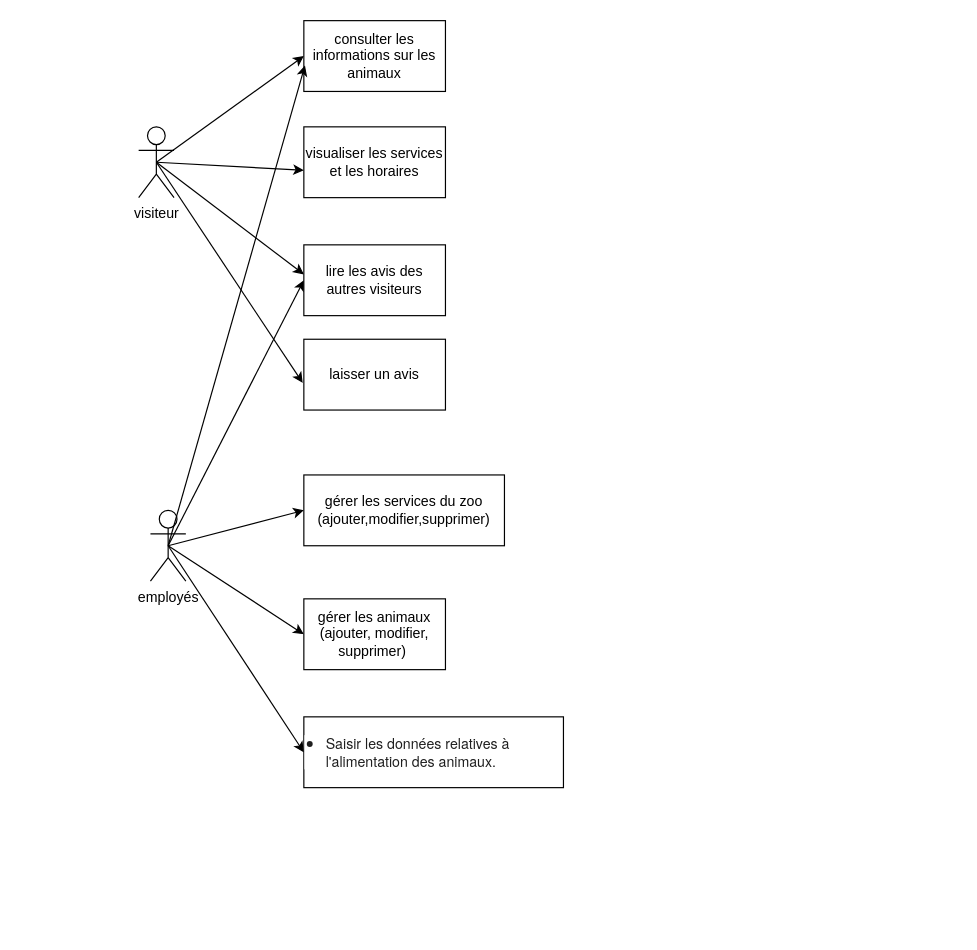
Above: assets/Diagramme sans nom.drawio in sylvainJ54/ECF-Zoo-Arcadia (draw.io), before the change. Source tidied: cells renumbered, new cells numbered last; positions are measured from the earlier drawing's top-left corner, leaving out a move shared by most shapes. Both pictures are drawn from the tidied source at 118%, with x=0, y=0 at pixel (138, 20).
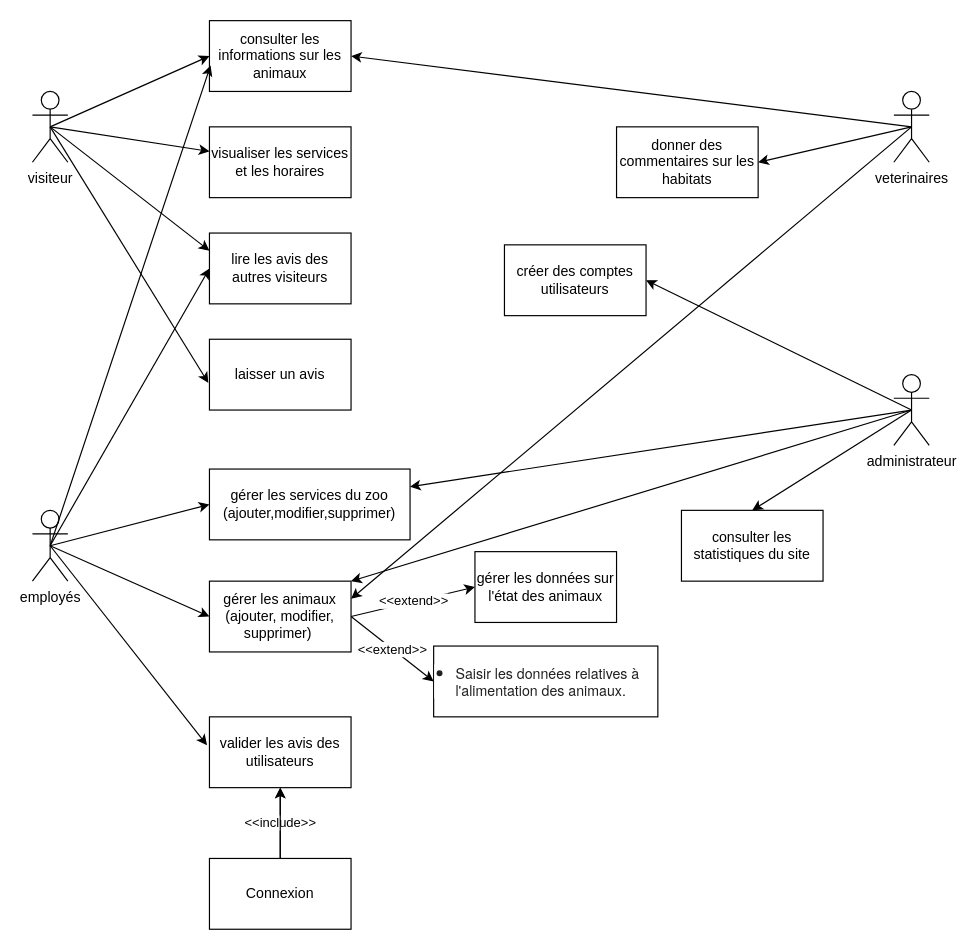
The same diagram, later.

Change to the diagram source:
```diff
@@
-    <mxCell id="3" style="edgeStyle=none;rounded=0;jettySize=auto;html=1;exitX=0.5;exitY=0.5;exitDx=0;exitDy=0;exitPerimeter=0;" parent="1" edge="1" source="5">
+    <mxCell id="3" style="edgeStyle=none;rounded=0;jettySize=auto;html=1;exitX=0.5;exitY=0.5;exitDx=0;exitDy=0;exitPerimeter=0;" parent="1" edge="1" source="7">
       <mxGeometry relative="1" as="geometry">
         <mxPoint x="140" y="126.8" as="targetPoint" />
       </mxGeometry>
     </mxCell>
-    <mxCell id="4" style="edgeStyle=none;rounded=0;jettySize=auto;html=1;exitX=0.5;exitY=0.5;exitDx=0;exitDy=0;exitPerimeter=0;entryX=0;entryY=0.25;entryDx=0;entryDy=0;" parent="1" edge="1" source="5">
+    <mxCell id="4" style="edgeStyle=none;rounded=0;jettySize=auto;html=1;exitX=0.5;exitY=0.5;exitDx=0;exitDy=0;exitPerimeter=0;entryX=0;entryY=0.25;entryDx=0;entryDy=0;" parent="1" edge="1" source="13">
       <mxGeometry relative="1" as="geometry">
         <mxPoint x="140" y="215" as="targetPoint" />
       </mxGeometry>
     </mxCell>
     <mxCell id="5" value="visiteur" style="shape=umlActor;verticalLabelPosition=bottom;verticalAlign=top;html=1;outlineConnect=0;direction=east;" parent="1" vertex="1">
-      <mxGeometry y="90" width="30" height="60" as="geometry" />
+      <mxGeometry x="-90" y="60" width="30" height="60" as="geometry" />
     </mxCell>
     <mxCell id="6" value="consulter les informations sur les animaux" style="rounded=0;whiteSpace=wrap;html=1;" parent="1" vertex="1">
-      <mxGeometry x="140" width="120" height="60" as="geometry" />
+      <mxGeometry x="60" width="120" height="60" as="geometry" />
     </mxCell>
-    <mxCell id="7" value="visualiser les services et les horaires" style="rounded=0;whiteSpace=wrap;html=1;" parent="1" vertex="1">
-      <mxGeometry x="140" y="90" width="120" height="60" as="geometry" />
-    </mxCell>
@@
-    <mxCell id="11" style="edgeStyle=none;rounded=0;jettySize=auto;html=1;exitX=0.5;exitY=0.5;exitDx=0;exitDy=0;exitPerimeter=0;entryX=0;entryY=0.5;entryDx=0;entryDy=0;" parent="1" edge="1" source="12" target="19">
-      <mxGeometry relative="1" as="geometry" />
-    </mxCell>
     <mxCell id="12" value="employés" style="shape=umlActor;verticalLabelPosition=bottom;verticalAlign=top;html=1;outlineConnect=0;" parent="1" vertex="1">
-      <mxGeometry x="10" y="415" width="30" height="60" as="geometry" />
+      <mxGeometry x="-90" y="415" width="30" height="60" as="geometry" />
     </mxCell>
-    <mxCell id="13" value="lire les avis des autres visiteurs" style="rounded=0;whiteSpace=wrap;html=1;" parent="1" vertex="1">
-      <mxGeometry x="140" y="190" width="120" height="60" as="geometry" />
-    </mxCell>
     <mxCell id="14" value="laisser un avis" style="rounded=0;whiteSpace=wrap;html=1;" parent="1" vertex="1">
-      <mxGeometry x="140" y="270" width="120" height="60" as="geometry" />
+      <mxGeometry x="60" y="270" width="120" height="60" as="geometry" />
     </mxCell>
@@
     <mxCell id="17" value="gérer les services du zoo (ajouter,modifier,supprimer)" style="rounded=0;whiteSpace=wrap;html=1;" parent="1" vertex="1">
-      <mxGeometry x="140" y="385" width="170" height="60" as="geometry" />
+      <mxGeometry x="60" y="380" width="170" height="60" as="geometry" />
     </mxCell>
+    <mxCell id="20" value="&amp;lt;&amp;lt;extend&amp;gt;&amp;gt;" style="edgeStyle=none;rounded=0;jettySize=auto;html=1;exitX=1;exitY=0.5;exitDx=0;exitDy=0;entryX=0;entryY=0.5;entryDx=0;entryDy=0;" parent="1" edge="1" source="18" target="19">
+      <mxGeometry relative="1" as="geometry" />
+    </mxCell>
+    <mxCell id="21" value="&amp;lt;&amp;lt;extend&amp;gt;&amp;gt;" style="edgeStyle=none;rounded=0;jettySize=auto;html=1;exitX=1;exitY=0.5;exitDx=0;exitDy=0;entryX=0;entryY=0.5;entryDx=0;entryDy=0;" parent="1" edge="1" source="18" target="33">
+      <mxGeometry relative="1" as="geometry" />
+    </mxCell>
     <mxCell id="18" value="gérer les animaux (ajouter, modifier, supprimer)&amp;nbsp;" style="rounded=0;whiteSpace=wrap;html=1;" parent="1" vertex="1">
-      <mxGeometry x="140" y="490" width="120" height="60" as="geometry" />
+      <mxGeometry x="60" y="475" width="120" height="60" as="geometry" />
     </mxCell>
     <mxCell id="19" value="&lt;ul style=&quot;margin: 4px 0px; padding-inline-start: 1.125rem; color: rgb(31, 31, 31); font-family: &amp;quot;Google Sans&amp;quot;, &amp;quot;Helvetica Neue&amp;quot;, sans-serif; text-align: start; background-color: rgb(255, 255, 255);&quot;&gt;&lt;li style=&quot;margin-bottom: 0px;&quot;&gt;&lt;font style=&quot;font-size: 12px;&quot;&gt;Saisir les données relatives à l'alimentation des animaux.&lt;/font&gt;&lt;/li&gt;&lt;/ul&gt;" style="rounded=0;whiteSpace=wrap;html=1;" parent="1" vertex="1">
-      <mxGeometry x="140" y="590" width="220" height="60" as="geometry" />
+      <mxGeometry x="250" y="530" width="190" height="60" as="geometry" />
     </mxCell>
+    <mxCell id="22" value="valider les avis des utilisateurs" style="rounded=0;whiteSpace=wrap;html=1;" parent="1" vertex="1">
+      <mxGeometry x="60" y="590" width="120" height="60" as="geometry" />
+    </mxCell>
+    <mxCell id="23" style="edgeStyle=none;rounded=0;jettySize=auto;html=1;exitX=0.5;exitY=0.5;exitDx=0;exitDy=0;exitPerimeter=0;entryX=-0.017;entryY=0.4;entryDx=0;entryDy=0;entryPerimeter=0;" parent="1" edge="1" source="12" target="22">
+      <mxGeometry relative="1" as="geometry" />
+    </mxCell>
+    <mxCell id="24" value="&amp;lt;&amp;lt;include&amp;gt;&amp;gt;" style="edgeStyle=none;rounded=0;jettySize=auto;html=1;exitX=0.5;exitY=0;exitDx=0;exitDy=0;entryX=0.5;entryY=1;entryDx=0;entryDy=0;" parent="1" edge="1" source="26" target="22">
+      <mxGeometry relative="1" as="geometry" />
+    </mxCell>
+    <mxCell id="25" style="edgeStyle=none;rounded=0;jettySize=auto;html=1;" parent="1" edge="1" source="26" target="22">
+      <mxGeometry relative="1" as="geometry" />
+    </mxCell>
+    <mxCell id="26" value="Connexion" style="rounded=0;whiteSpace=wrap;html=1;" parent="1" vertex="1">
+      <mxGeometry x="60" y="710" width="120" height="60" as="geometry" />
+    </mxCell>
+    <mxCell id="27" style="edgeStyle=none;rounded=0;jettySize=auto;html=1;exitX=0.5;exitY=0.5;exitDx=0;exitDy=0;exitPerimeter=0;" parent="1" edge="1" source="5" target="7">
+      <mxGeometry relative="1" as="geometry" />
+    </mxCell>
+    <mxCell id="7" value="visualiser les services et les horaires" style="rounded=0;whiteSpace=wrap;html=1;" parent="1" vertex="1">
+      <mxGeometry x="60" y="90" width="120" height="60" as="geometry" />
+    </mxCell>
+    <mxCell id="28" style="edgeStyle=none;rounded=0;jettySize=auto;html=1;exitX=0.5;exitY=0.5;exitDx=0;exitDy=0;exitPerimeter=0;entryX=0;entryY=0.25;entryDx=0;entryDy=0;" parent="1" edge="1" source="5" target="13">
+      <mxGeometry relative="1" as="geometry" />
+    </mxCell>
+    <mxCell id="13" value="lire les avis des autres visiteurs" style="rounded=0;whiteSpace=wrap;html=1;" parent="1" vertex="1">
+      <mxGeometry x="60" y="180" width="120" height="60" as="geometry" />
+    </mxCell>
+    <mxCell id="29" style="edgeStyle=none;rounded=0;jettySize=auto;html=1;exitX=0.5;exitY=0.5;exitDx=0;exitDy=0;exitPerimeter=0;entryX=1;entryY=0.5;entryDx=0;entryDy=0;" parent="1" edge="1" source="32" target="6">
+      <mxGeometry relative="1" as="geometry" />
+    </mxCell>
+    <mxCell id="30" style="edgeStyle=none;rounded=0;jettySize=auto;html=1;exitX=0.5;exitY=0.5;exitDx=0;exitDy=0;exitPerimeter=0;entryX=1;entryY=0.25;entryDx=0;entryDy=0;" parent="1" edge="1" source="32" target="18">
+      <mxGeometry relative="1" as="geometry" />
+    </mxCell>
+    <mxCell id="31" style="edgeStyle=none;rounded=0;jettySize=auto;html=1;exitX=0.5;exitY=0.5;exitDx=0;exitDy=0;exitPerimeter=0;entryX=1;entryY=0.5;entryDx=0;entryDy=0;" parent="1" edge="1" source="32" target="34">
+      <mxGeometry relative="1" as="geometry" />
+    </mxCell>
+    <mxCell id="32" value="veterinaires&lt;div&gt;&lt;br&gt;&lt;/div&gt;" style="shape=umlActor;verticalLabelPosition=bottom;verticalAlign=top;html=1;outlineConnect=0;" parent="1" vertex="1">
+      <mxGeometry x="640" y="60" width="30" height="60" as="geometry" />
+    </mxCell>
+    <mxCell id="33" value="gérer les données sur l'état des animaux" style="rounded=0;whiteSpace=wrap;html=1;" parent="1" vertex="1">
+      <mxGeometry x="285" y="450" width="120" height="60" as="geometry" />
+    </mxCell>
+    <mxCell id="34" value="donner des commentaires sur les habitats" style="rounded=0;whiteSpace=wrap;html=1;" parent="1" vertex="1">
+      <mxGeometry x="405" y="90" width="120" height="60" as="geometry" />
+    </mxCell>
+    <mxCell id="35" style="edgeStyle=none;rounded=0;jettySize=auto;html=1;exitX=0.5;exitY=0.5;exitDx=0;exitDy=0;exitPerimeter=0;entryX=1;entryY=0.5;entryDx=0;entryDy=0;" parent="1" edge="1" source="39" target="40">
+      <mxGeometry relative="1" as="geometry" />
+    </mxCell>
+    <mxCell id="36" style="edgeStyle=none;rounded=0;jettySize=auto;html=1;exitX=0.5;exitY=0.5;exitDx=0;exitDy=0;exitPerimeter=0;entryX=1;entryY=0.25;entryDx=0;entryDy=0;" parent="1" edge="1" source="39" target="17">
+      <mxGeometry relative="1" as="geometry" />
+    </mxCell>
+    <mxCell id="37" style="edgeStyle=none;rounded=0;jettySize=auto;html=1;exitX=0.5;exitY=0.5;exitDx=0;exitDy=0;exitPerimeter=0;entryX=1;entryY=0;entryDx=0;entryDy=0;" parent="1" edge="1" source="39" target="18">
+      <mxGeometry relative="1" as="geometry" />
+    </mxCell>
+    <mxCell id="38" style="edgeStyle=none;rounded=0;jettySize=auto;html=1;exitX=0.5;exitY=0.5;exitDx=0;exitDy=0;exitPerimeter=0;entryX=0.5;entryY=0;entryDx=0;entryDy=0;" parent="1" edge="1" source="39" target="41">
+      <mxGeometry relative="1" as="geometry" />
+    </mxCell>
+    <mxCell id="39" value="administrateur&lt;div&gt;&lt;br&gt;&lt;/div&gt;" style="shape=umlActor;verticalLabelPosition=bottom;verticalAlign=top;html=1;outlineConnect=0;" parent="1" vertex="1">
+      <mxGeometry x="640" y="300" width="30" height="60" as="geometry" />
+    </mxCell>
+    <mxCell id="40" value="créer des comptes utilisateurs" style="rounded=0;whiteSpace=wrap;html=1;" parent="1" vertex="1">
+      <mxGeometry x="310" y="190" width="120" height="60" as="geometry" />
+    </mxCell>
+    <mxCell id="41" value="consulter les statistiques du site" style="rounded=0;whiteSpace=wrap;html=1;" parent="1" vertex="1">
+      <mxGeometry x="460" y="415" width="120" height="60" as="geometry" />
+    </mxCell>
```
